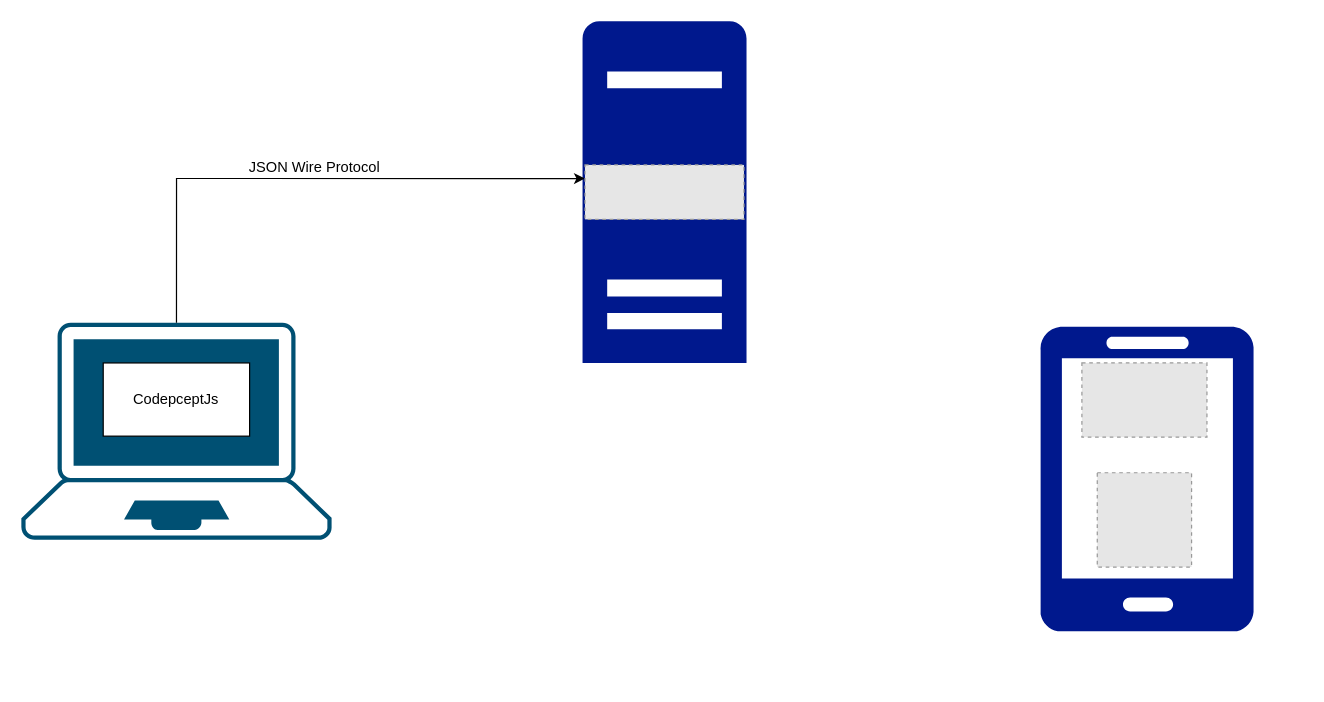
ajikee1/appium-codeceptjs-demo keeps this draw.io diagram as architectrure.drawio. Above is the earlier version. Source tidied: cells renumbered, new cells numbered last; positions are measured from the earlier drawing's top-left corner, leaving out a move shared by most shapes. Both pictures are drawn from the tidied source at 122%, with x=0, y=0 at pixel (21, 21). Pictures stored in the file or linked from it are replaced by grey dashed boxes.
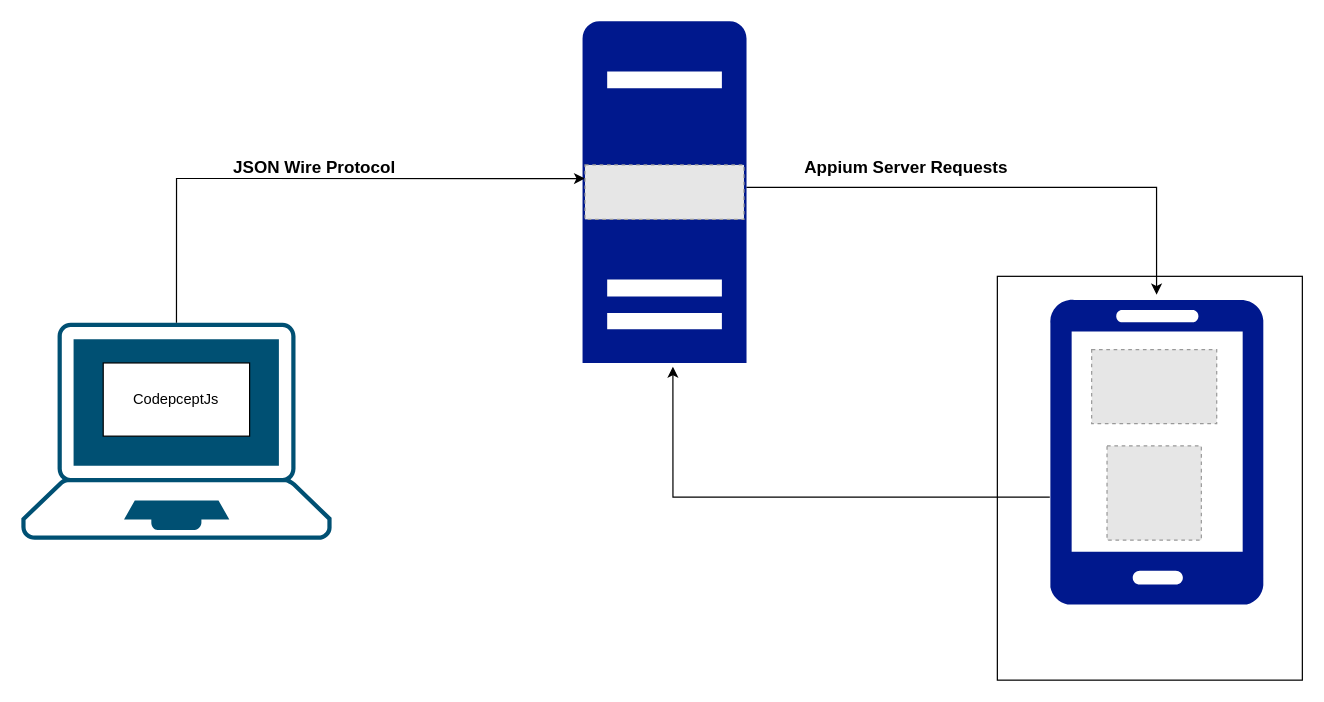
The same page after the edit.

The edit, as a diff of the source:
```diff
@@
 <mxGraphModel>
   <root>
     <mxCell id="0" />
     <mxCell id="1" parent="0" />
+    <mxCell id="11" style="rounded=0;whiteSpace=wrap;html=1;fontSize=14;" parent="1" vertex="1">
+      <mxGeometry x="800" y="209" width="250" height="331" as="geometry" />
+    </mxCell>
     <mxCell id="2" style="points=[[0.13,0.02,0],[0.5,0,0],[0.87,0.02,0],[0.885,0.4,0],[0.985,0.985,0],[0.5,1,0],[0.015,0.985,0],[0.115,0.4,0]];verticalLabelPosition=bottom;sketch=0;html=1;verticalAlign=top;align=center;shape=mxgraph.cisco19.laptop;fillColor=#005073;strokeColor=none;" parent="1" vertex="1">
       <mxGeometry y="247" width="254.3" height="178" as="geometry" />
     </mxCell>
     <mxCell id="3" value="CodepceptJs" style="rounded=0;whiteSpace=wrap;html=1;" parent="1" vertex="1">
       <mxGeometry x="67.1" y="280" width="120" height="60" as="geometry" />
     </mxCell>
     <mxCell id="4" style="sketch=0;shadow=0;dashed=0;html=1;strokeColor=none;labelPosition=center;verticalLabelPosition=bottom;verticalAlign=top;align=center;fillColor=#00188D;shape=mxgraph.mscae.enterprise.server_generic;" parent="1" vertex="1">
       <mxGeometry x="460" width="134.4" height="280" as="geometry" />
     </mxCell>
     <mxCell id="5" style="edgeStyle=orthogonalEdgeStyle;rounded=0;jettySize=auto;html=1;exitX=0;exitY=0.25;exitDx=0;exitDy=0;entryX=0.5;entryY=0;entryDx=0;entryDy=0;entryPerimeter=0;endArrow=none;endFill=0;startArrow=classic;startFill=1;" parent="1" edge="1" source="6" target="2">
       <mxGeometry relative="1" as="geometry" />
     </mxCell>
     <mxCell id="6" style="fillColor=#E6E6E6;strokeColor=#999999;dashed=1;verticalLabelPosition=bottom;labelBackgroundColor=default;verticalAlign=top;" parent="1" vertex="1">
       <mxGeometry x="462" y="117.7" width="130.3" height="44.6" as="geometry" />
     </mxCell>
-    <mxCell id="7" value="JSON Wire Protocol" style="text;html=1;align=center;verticalAlign=middle;strokeColor=none;fillColor=none;" parent="1" vertex="1">
-      <mxGeometry x="180" y="110" width="120" height="20" as="geometry" />
+    <mxCell id="7" value="JSON Wire Protocol" style="text;html=1;align=center;verticalAlign=middle;strokeColor=none;fillColor=none;fontStyle=1;fontSize=14;" parent="1" vertex="1">
+      <mxGeometry x="165" y="110" width="150" height="20" as="geometry" />
     </mxCell>
+    <mxCell id="12" style="edgeStyle=orthogonalEdgeStyle;rounded=0;orthogonalLoop=1;jettySize=auto;html=1;entryX=1;entryY=0.5;entryDx=0;entryDy=0;entryPerimeter=0;startArrow=classic;startFill=1;endArrow=none;endFill=0;" parent="1" edge="1">
+      <mxGeometry relative="1" as="geometry">
+        <mxPoint x="930.5" y="224" as="sourcePoint" />
+        <mxPoint x="594.4" y="136" as="targetPoint" />
+        <Array as="points">
+          <mxPoint x="931" y="136" />
+        </Array>
+      </mxGeometry>
+    </mxCell>
+    <mxCell id="13" style="edgeStyle=orthogonalEdgeStyle;rounded=0;jettySize=auto;html=1;entryX=0.551;entryY=1.011;entryDx=0;entryDy=0;entryPerimeter=0;fontSize=14;startArrow=none;startFill=0;endArrow=classic;endFill=1;" parent="1" edge="1" source="8" target="4">
+      <mxGeometry relative="1" as="geometry">
+        <Array as="points">
+          <mxPoint x="534" y="390" />
+        </Array>
+      </mxGeometry>
+    </mxCell>
     <mxCell id="8" style="sketch=0;shadow=0;dashed=0;html=1;strokeColor=none;labelPosition=center;verticalLabelPosition=bottom;verticalAlign=top;align=center;fillColor=#00188D;shape=mxgraph.azure.mobile;" parent="1" vertex="1">
-      <mxGeometry x="835" y="250" width="175" height="250" as="geometry" />
+      <mxGeometry x="843" y="228" width="175" height="250" as="geometry" />
     </mxCell>
     <mxCell id="9" style="fillColor=#E6E6E6;strokeColor=#999999;dashed=1;verticalLabelPosition=bottom;labelBackgroundColor=default;verticalAlign=top;" parent="1" vertex="1">
-      <mxGeometry x="869.3" y="280" width="102.5" height="60.8" as="geometry" />
+      <mxGeometry x="877.3" y="269" width="102.5" height="60.8" as="geometry" />
     </mxCell>
     <mxCell id="10" style="fillColor=#E6E6E6;strokeColor=#999999;dashed=1;html=1;verticalAlign=top;verticalLabelPosition=bottom;labelBackgroundColor=#ffffff;" parent="1" vertex="1">
-      <mxGeometry x="881.9" y="370" width="77.3" height="77.3" as="geometry" />
+      <mxGeometry x="889.9" y="348" width="77.3" height="77.3" as="geometry" />
     </mxCell>
+    <mxCell id="14" value="Appium Server Requests" style="text;html=1;align=center;verticalAlign=middle;strokeColor=none;fillColor=none;fontSize=14;fontStyle=1;" parent="1" vertex="1">
+      <mxGeometry x="635" y="110" width="180" height="20" as="geometry" />
+    </mxCell>
   </root>
 </mxGraphModel>
```
